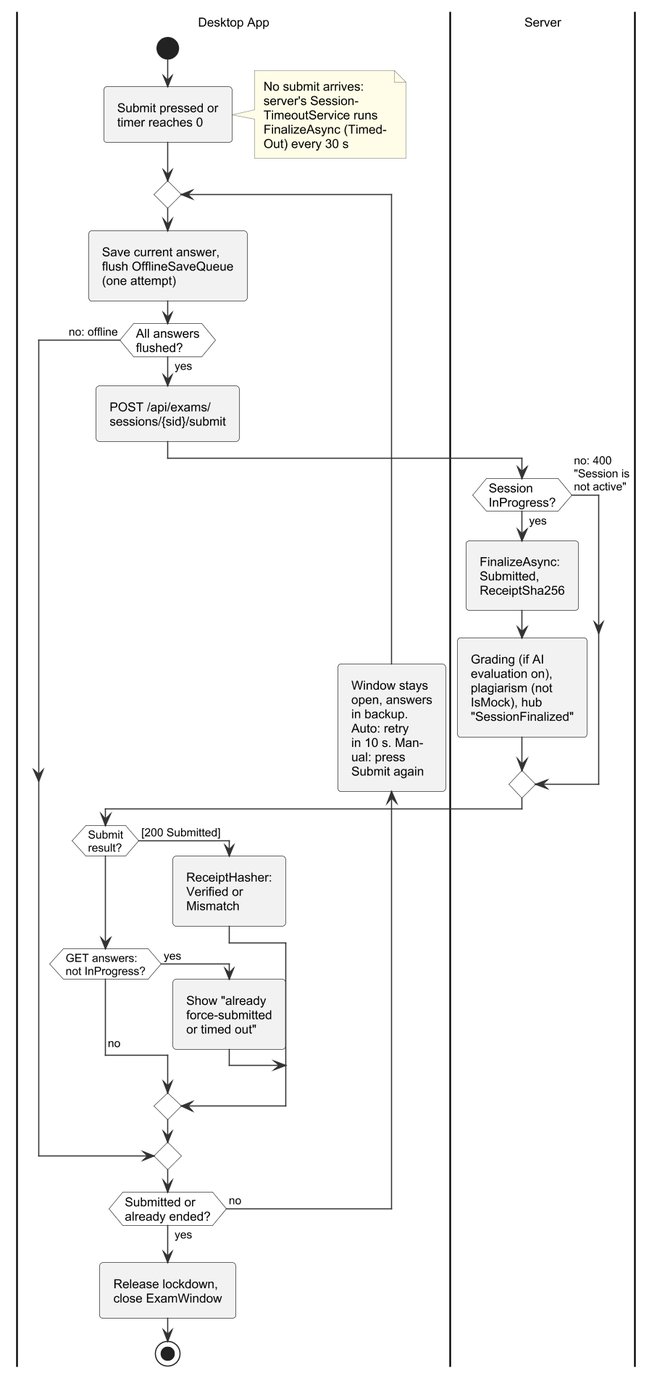
Earlier version of the PlantUML export important docs/fyp_doc_3chatp/Figures/activity_submission.png (Haiderali27-hub/AI-Lab-Monitoring-).
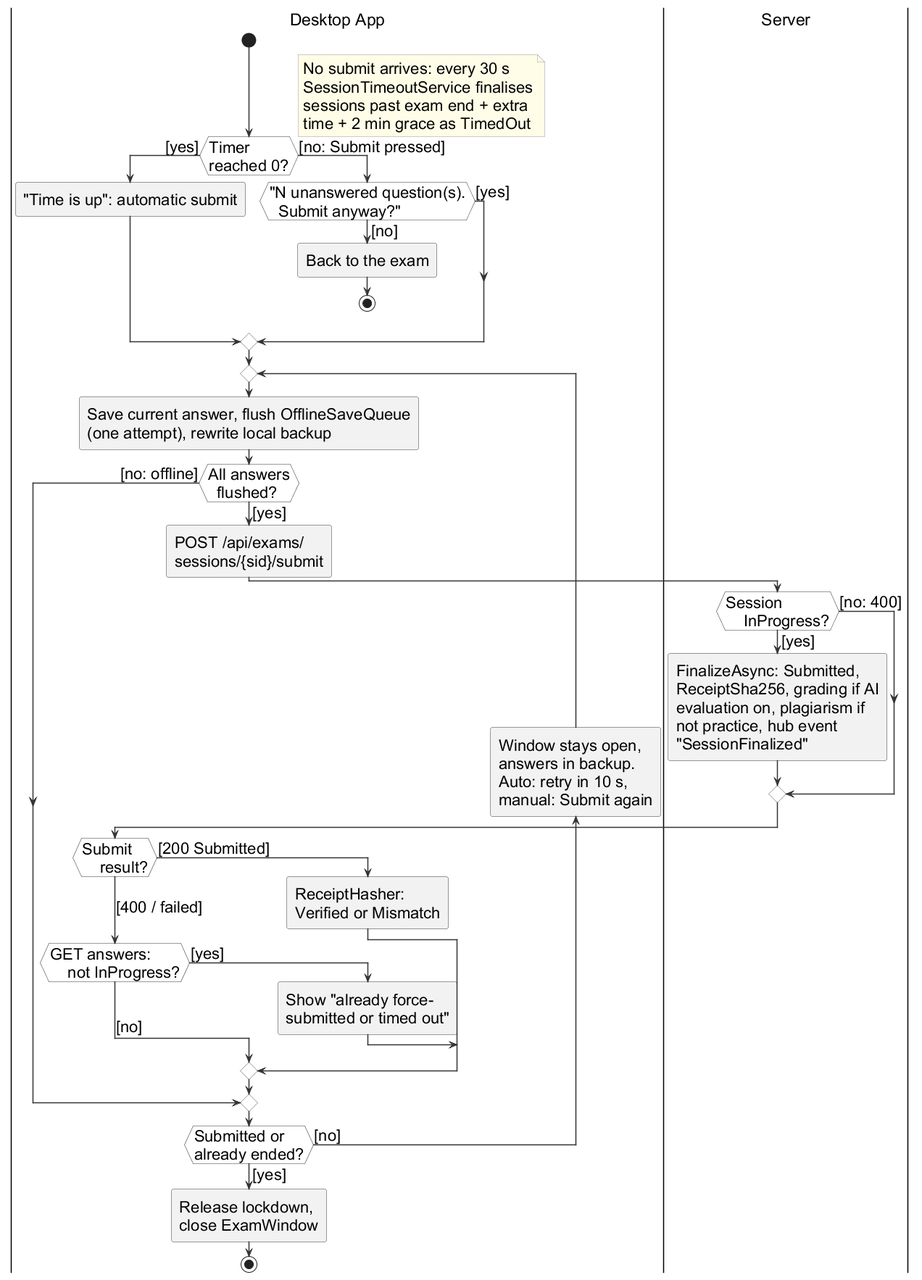
After the commit.

Diff of the diagram source:
```diff
@@ -1,38 +1,69 @@
 @startuml
 !include style.iuml
+skinparam dpi 96
+skinparam defaultFontSize 22
+skinparam ArrowFontSize 22
+skinparam ArrowThickness 1.5
+skinparam padding 1
+skinparam swimlane {
+  TitleFontSize 23
+}
 !pragma useVerticalIf on
 
 |Desktop App|
 start
-:Submit pressed or\ntimer reaches 0;
+if (Timer
+reached 0?) then ([yes])
+  :"Time is up": automatic submit;
+else ([no: Submit pressed])
+  if ("N unanswered question(s).
+  Submit anyway?") then ([no])
+    :Back to the exam;
+    stop
+  else ([yes])
+  endif
+endif
 note right
-  No submit arrives:
-  server's Session-
-  TimeoutService runs
-  FinalizeAsync (Timed-
-  Out) every 30 s
+  No submit arrives: every 30 s
+  SessionTimeoutService finalises
+  sessions past exam end + extra
+  time + 2 min grace as TimedOut
 end note
 repeat
-  :Save current answer,\nflush OfflineSaveQueue\n(one attempt);
-  if (All answers\nflushed?) then (yes)
+  :Save current answer, flush OfflineSaveQueue
+  (one attempt), rewrite local backup;
+  if (All answers
+  flushed?) then ([no: offline])
+  else ([yes])
     :POST /api/exams/\nsessions/{sid}/submit;
     |Server|
-    if (Session\nInProgress?) then (yes)
-      :FinalizeAsync:\nSubmitted,\nReceiptSha256;
-      :Grading (if AI\nevaluation on),\nplagiarism (not\nIsMock), hub\n"SessionFinalized";
-    else (no: 400\n"Session is\nnot active")
+    if (Session
+    InProgress?) then ([yes])
+      :FinalizeAsync: Submitted,
+      ReceiptSha256, grading if AI
+      evaluation on, plagiarism if
+      not practice, hub event
+      "SessionFinalized";
+    else ([no: 400])
     endif
     |Desktop App|
-    if (Submit\nresult?) then ([200 Submitted])
-      :ReceiptHasher:\nVerified or\nMismatch;
-    elseif (GET answers:\nnot InProgress?) then (yes)
-      :Show "already\nforce-submitted\nor timed out";
-    else (no)
+    if (Submit
+    result?) then ([200 Submitted])
+      :ReceiptHasher:
+      Verified or Mismatch;
+    ([400 / failed]) elseif (GET answers:
+    not InProgress?) then ([yes])
+      :Show "already force-
+      submitted or timed out";
+    else ([no])
     endif
-  else (no: offline)
   endif
-backward :Window stays\nopen, answers\nin backup.\nAuto: retry\nin 10 s. Man-\nual: press\nSubmit again;
-repeat while (Submitted or\nalready ended?) is (no) not (yes)
-:Release lockdown,\nclose ExamWindow;
+backward :Window stays open,
+answers in backup.
+Auto: retry in 10 s,
+manual: Submit again;
+repeat while (Submitted or\nalready ended?) is ([no]) not ([yes])
+:Release lockdown,
+close ExamWindow;
 stop
 @enduml
```
